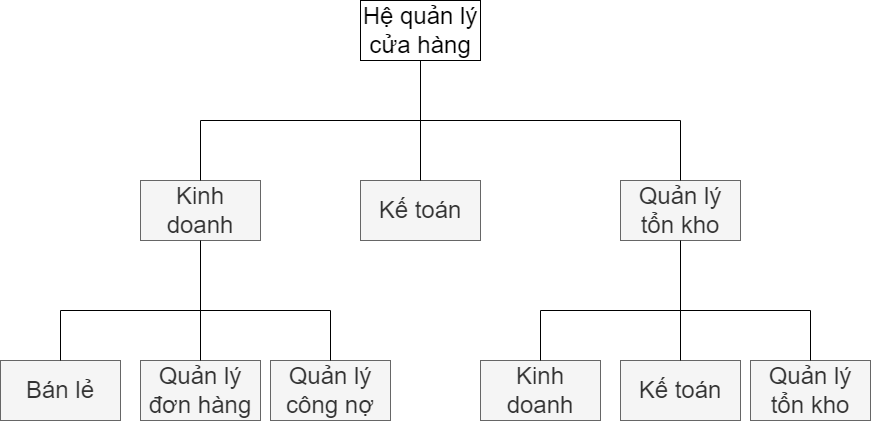
Earlier version of the draw.io export Chương 5a.png (datnham0212/learning). Source tidied: cells renumbered, new cells last; positions are measured from the earlier drawing's top-left corner, leaving out a move shared by most shapes.
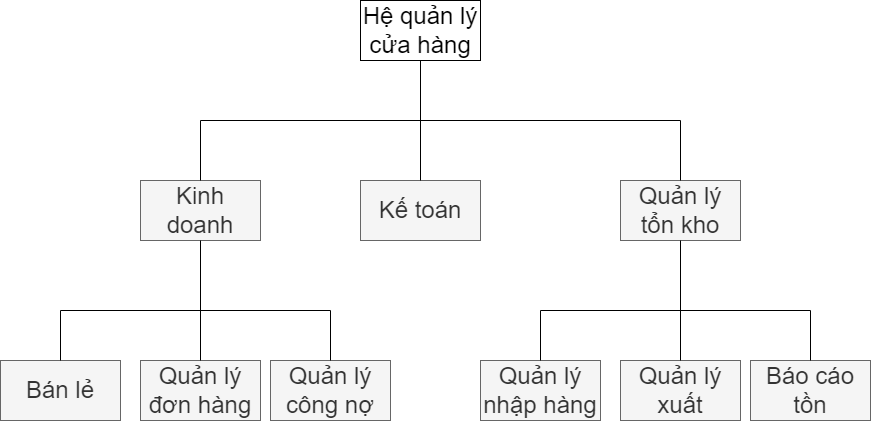
After the commit.

What changed in the source:
```diff
@@ -69,10 +69,10 @@
         <mxPoint x="330" y="310" as="targetPoint" />
       </mxGeometry>
     </mxCell>
-    <mxCell id="17" value="Kinh doanh" style="rounded=0;whiteSpace=wrap;html=1;fontSize=24;fillColor=#f5f5f5;fontColor=#333333;strokeColor=#666666;" parent="1" vertex="1">
+    <mxCell id="17" value="Quản lý nhập hàng" style="rounded=0;whiteSpace=wrap;html=1;fontSize=24;fillColor=#f5f5f5;fontColor=#333333;strokeColor=#666666;" parent="1" vertex="1">
       <mxGeometry x="480" y="360" width="120" height="60" as="geometry" />
     </mxCell>
-    <mxCell id="18" value="Quản lý tổn kho" style="rounded=0;whiteSpace=wrap;html=1;fontSize=24;fillColor=#f5f5f5;fontColor=#333333;strokeColor=#666666;" parent="1" vertex="1">
+    <mxCell id="18" value="Báo cáo tồn" style="rounded=0;whiteSpace=wrap;html=1;fontSize=24;fillColor=#f5f5f5;fontColor=#333333;strokeColor=#666666;" parent="1" vertex="1">
       <mxGeometry x="750" y="360" width="120" height="60" as="geometry" />
     </mxCell>
     <mxCell id="19" style="endArrow=none;html=1;rounded=0;fontSize=24;exitX=0.5;exitY=0;exitDx=0;exitDy=0;" parent="1" edge="1" source="17">
@@ -85,7 +85,7 @@
         <mxPoint x="810" y="310" as="sourcePoint" />
       </mxGeometry>
     </mxCell>
-    <mxCell id="21" value="Kế toán" style="rounded=0;whiteSpace=wrap;html=1;fontSize=24;fillColor=#f5f5f5;fontColor=#333333;strokeColor=#666666;" parent="1" vertex="1">
+    <mxCell id="21" value="Quản lý xuất" style="rounded=0;whiteSpace=wrap;html=1;fontSize=24;fillColor=#f5f5f5;fontColor=#333333;strokeColor=#666666;" parent="1" vertex="1">
       <mxGeometry x="620" y="360" width="120" height="60" as="geometry" />
     </mxCell>
     <mxCell id="22" style="endArrow=none;html=1;rounded=0;entryX=0.5;entryY=0;entryDx=0;entryDy=0;fontSize=24;exitX=0.5;exitY=1;exitDx=0;exitDy=0;" parent="1" edge="1" target="21">
```
